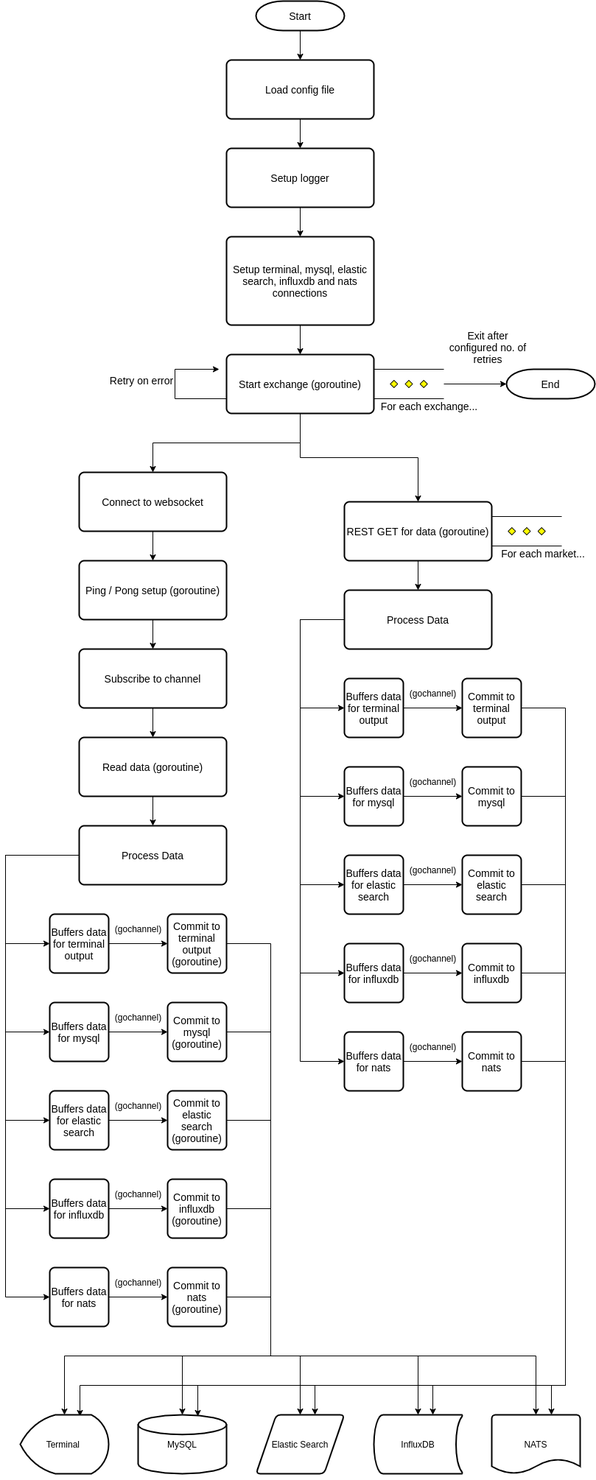
Before: docs/architecture.png, a diagram exported from draw.io (ismakov-dh/cryptogalaxy). Source tidied: cells renumbered, new cells last; positions are measured from the earlier drawing's top-left corner, leaving out a move shared by most shapes.
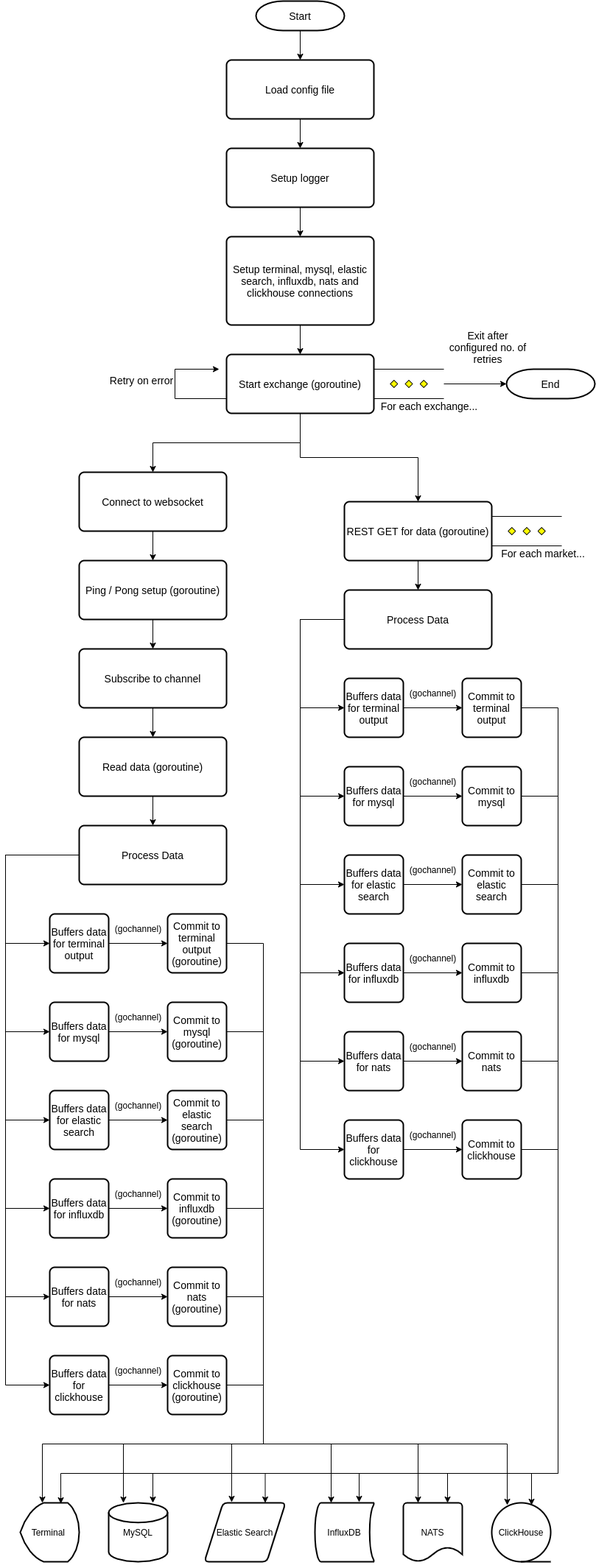
After the change.

Change to the diagram source:
```diff
@@ -29,7 +29,7 @@
     <mxCell id="9" style="edgeStyle=orthogonalEdgeStyle;rounded=0;jettySize=auto;html=1;" parent="1" edge="1" source="10" target="14">
       <mxGeometry relative="1" as="geometry" />
     </mxCell>
-    <mxCell id="10" value="&lt;font style=&quot;font-size: 14px&quot;&gt;Setup terminal, mysql, elastic search, influxdb and nats connections&lt;/font&gt;" style="rounded=1;whiteSpace=wrap;html=1;absoluteArcSize=1;arcSize=14;strokeWidth=2;" parent="1" vertex="1">
+    <mxCell id="10" value="&lt;font style=&quot;font-size: 14px&quot;&gt;Setup terminal, mysql, elastic search, influxdb, nats and clickhouse connections&lt;/font&gt;" style="rounded=1;whiteSpace=wrap;html=1;absoluteArcSize=1;arcSize=14;strokeWidth=2;" parent="1" vertex="1">
       <mxGeometry x="300" y="320" width="200" height="120" as="geometry" />
     </mxCell>
     <mxCell id="11" style="edgeStyle=orthogonalEdgeStyle;rounded=0;jettySize=auto;html=1;" parent="1" edge="1" source="14" target="16">
@@ -120,6 +120,14 @@
         </Array>
       </mxGeometry>
     </mxCell>
+    <mxCell id="101" style="edgeStyle=orthogonalEdgeStyle;rounded=0;jettySize=auto;html=1;entryX=0;entryY=0.5;entryDx=0;entryDy=0;" parent="1" edge="1" source="30" target="105">
+      <mxGeometry relative="1" as="geometry">
+        <Array as="points">
+          <mxPoint y="1160" />
+          <mxPoint y="1880" />
+        </Array>
+      </mxGeometry>
+    </mxCell>
     <mxCell id="30" value="&lt;font style=&quot;font-size: 14px&quot;&gt;Process Data&lt;/font&gt;" style="rounded=1;whiteSpace=wrap;html=1;absoluteArcSize=1;arcSize=14;strokeWidth=2;" parent="1" vertex="1">
       <mxGeometry x="100" y="1120" width="200" height="80" as="geometry" />
     </mxCell>
@@ -187,6 +195,14 @@
         </Array>
       </mxGeometry>
     </mxCell>
+    <mxCell id="102" style="edgeStyle=orthogonalEdgeStyle;rounded=0;jettySize=auto;html=1;entryX=0;entryY=0.5;entryDx=0;entryDy=0;" parent="1" edge="1" source="44" target="110">
+      <mxGeometry relative="1" as="geometry">
+        <Array as="points">
+          <mxPoint x="400" y="840" />
+          <mxPoint x="400" y="1560" />
+        </Array>
+      </mxGeometry>
+    </mxCell>
     <mxCell id="44" value="&lt;font style=&quot;font-size: 14px&quot;&gt;Process Data&lt;/font&gt;" style="rounded=1;whiteSpace=wrap;html=1;absoluteArcSize=1;arcSize=14;strokeWidth=2;" parent="1" vertex="1">
       <mxGeometry x="460" y="800" width="200" height="80" as="geometry" />
     </mxCell>
@@ -226,72 +242,72 @@
     <mxCell id="56" value="&lt;font style=&quot;font-size: 14px&quot;&gt;Buffers data for elastic search&lt;/font&gt;" style="rounded=1;whiteSpace=wrap;html=1;absoluteArcSize=1;arcSize=14;strokeWidth=2;" parent="1" vertex="1">
       <mxGeometry x="460" y="1160" width="80" height="80" as="geometry" />
     </mxCell>
-    <mxCell id="57" style="edgeStyle=orthogonalEdgeStyle;rounded=0;jettySize=auto;html=1;exitX=1;exitY=0.5;exitDx=0;exitDy=0;entryX=0.5;entryY=0;entryDx=0;entryDy=0;entryPerimeter=0;" parent="1" edge="1" source="58" target="69">
+    <mxCell id="57" style="edgeStyle=orthogonalEdgeStyle;rounded=0;jettySize=auto;html=1;exitX=1;exitY=0.5;exitDx=0;exitDy=0;entryX=0.375;entryY=0;entryDx=0;entryDy=0;entryPerimeter=0;" parent="1" edge="1" source="58" target="69">
       <mxGeometry relative="1" as="geometry">
         <Array as="points">
-          <mxPoint x="360" y="1280" />
-          <mxPoint x="360" y="1840" />
-          <mxPoint x="80" y="1840" />
+          <mxPoint x="350" y="1280" />
+          <mxPoint x="350" y="1960" />
+          <mxPoint x="50" y="1960" />
         </Array>
       </mxGeometry>
     </mxCell>
     <mxCell id="58" value="&lt;font style=&quot;font-size: 14px&quot;&gt;Commit to terminal output (goroutine)&lt;/font&gt;" style="rounded=1;whiteSpace=wrap;html=1;absoluteArcSize=1;arcSize=14;strokeWidth=2;" parent="1" vertex="1">
       <mxGeometry x="220" y="1240" width="80" height="80" as="geometry" />
     </mxCell>
-    <mxCell id="59" style="edgeStyle=orthogonalEdgeStyle;rounded=0;jettySize=auto;html=1;exitX=1;exitY=0.5;exitDx=0;exitDy=0;entryX=0.5;entryY=0;entryDx=0;entryDy=0;entryPerimeter=0;" parent="1" edge="1" source="60" target="70">
+    <mxCell id="59" style="edgeStyle=orthogonalEdgeStyle;rounded=0;jettySize=auto;html=1;entryX=0.25;entryY=0;entryDx=0;entryDy=0;entryPerimeter=0;" parent="1" edge="1" source="60" target="70">
       <mxGeometry relative="1" as="geometry">
         <Array as="points">
-          <mxPoint x="360" y="1400" />
-          <mxPoint x="360" y="1840" />
-          <mxPoint x="240" y="1840" />
+          <mxPoint x="350" y="1400" />
+          <mxPoint x="350" y="1960" />
+          <mxPoint x="160" y="1960" />
         </Array>
       </mxGeometry>
     </mxCell>
     <mxCell id="60" value="&lt;font style=&quot;font-size: 14px&quot;&gt;Commit to mysql (goroutine)&lt;/font&gt;" style="rounded=1;whiteSpace=wrap;html=1;absoluteArcSize=1;arcSize=14;strokeWidth=2;" parent="1" vertex="1">
       <mxGeometry x="220" y="1360" width="80" height="80" as="geometry" />
     </mxCell>
-    <mxCell id="61" style="edgeStyle=orthogonalEdgeStyle;rounded=0;jettySize=auto;html=1;entryX=0.5;entryY=0;entryDx=0;entryDy=0;" parent="1" edge="1" source="62" target="71">
+    <mxCell id="61" style="edgeStyle=orthogonalEdgeStyle;rounded=0;jettySize=auto;html=1;entryX=0.336;entryY=-0.012;entryDx=0;entryDy=0;entryPerimeter=0;" parent="1" edge="1" source="62" target="71">
       <mxGeometry relative="1" as="geometry">
         <Array as="points">
-          <mxPoint x="360" y="1520" />
-          <mxPoint x="360" y="1840" />
-          <mxPoint x="400" y="1840" />
+          <mxPoint x="350" y="1520" />
+          <mxPoint x="350" y="1960" />
+          <mxPoint x="307" y="1960" />
         </Array>
       </mxGeometry>
     </mxCell>
     <mxCell id="62" value="&lt;font style=&quot;font-size: 14px&quot;&gt;Commit to elastic search (goroutine)&lt;/font&gt;" style="rounded=1;whiteSpace=wrap;html=1;absoluteArcSize=1;arcSize=14;strokeWidth=2;" parent="1" vertex="1">
       <mxGeometry x="220" y="1480" width="80" height="80" as="geometry" />
     </mxCell>
-    <mxCell id="63" style="edgeStyle=orthogonalEdgeStyle;rounded=0;jettySize=auto;html=1;exitX=1;exitY=0.5;exitDx=0;exitDy=0;entryX=0.675;entryY=0.025;entryDx=0;entryDy=0;entryPerimeter=0;" parent="1" edge="1" source="64" target="69">
+    <mxCell id="63" style="edgeStyle=orthogonalEdgeStyle;rounded=0;jettySize=auto;html=1;entryX=0.688;entryY=0.013;entryDx=0;entryDy=0;entryPerimeter=0;" parent="1" edge="1" source="64" target="69">
       <mxGeometry relative="1" as="geometry">
         <Array as="points">
-          <mxPoint x="760" y="960" />
-          <mxPoint x="760" y="1880" />
-          <mxPoint x="101" y="1880" />
+          <mxPoint x="750" y="960" />
+          <mxPoint x="750" y="2000" />
+          <mxPoint x="75" y="2000" />
         </Array>
       </mxGeometry>
     </mxCell>
     <mxCell id="64" value="&lt;font style=&quot;font-size: 14px&quot;&gt;Commit to terminal output&lt;/font&gt;" style="rounded=1;whiteSpace=wrap;html=1;absoluteArcSize=1;arcSize=14;strokeWidth=2;" parent="1" vertex="1">
       <mxGeometry x="620" y="920" width="80" height="80" as="geometry" />
     </mxCell>
-    <mxCell id="65" style="edgeStyle=orthogonalEdgeStyle;rounded=0;jettySize=auto;html=1;exitX=1;exitY=0.5;exitDx=0;exitDy=0;entryX=0.675;entryY=0.025;entryDx=0;entryDy=0;entryPerimeter=0;" parent="1" edge="1" source="66" target="70">
+    <mxCell id="65" style="edgeStyle=orthogonalEdgeStyle;rounded=0;jettySize=auto;html=1;exitX=1;exitY=0.5;exitDx=0;exitDy=0;entryX=0.75;entryY=0;entryDx=0;entryDy=0;entryPerimeter=0;" parent="1" edge="1" source="66" target="70">
       <mxGeometry relative="1" as="geometry">
         <Array as="points">
-          <mxPoint x="760" y="1080" />
-          <mxPoint x="760" y="1880" />
-          <mxPoint x="261" y="1880" />
+          <mxPoint x="750" y="1080" />
+          <mxPoint x="750" y="2000" />
+          <mxPoint x="200" y="2000" />
         </Array>
       </mxGeometry>
     </mxCell>
     <mxCell id="66" value="&lt;font style=&quot;font-size: 14px&quot;&gt;Commit to mysql&lt;/font&gt;" style="rounded=1;whiteSpace=wrap;html=1;absoluteArcSize=1;arcSize=14;strokeWidth=2;" parent="1" vertex="1">
       <mxGeometry x="620" y="1040" width="80" height="80" as="geometry" />
     </mxCell>
-    <mxCell id="67" style="edgeStyle=orthogonalEdgeStyle;rounded=0;jettySize=auto;html=1;exitX=1;exitY=0.5;exitDx=0;exitDy=0;entryX=0.667;entryY=0;entryDx=0;entryDy=0;entryPerimeter=0;" parent="1" edge="1" source="68" target="71">
+    <mxCell id="67" style="edgeStyle=orthogonalEdgeStyle;rounded=0;jettySize=auto;html=1;exitX=1;exitY=0.5;exitDx=0;exitDy=0;entryX=0.75;entryY=0;entryDx=0;entryDy=0;" parent="1" edge="1" source="68" target="71">
       <mxGeometry relative="1" as="geometry">
         <Array as="points">
-          <mxPoint x="760" y="1200" />
-          <mxPoint x="760" y="1880" />
-          <mxPoint x="420" y="1880" />
+          <mxPoint x="750" y="1200" />
+          <mxPoint x="750" y="2000" />
+          <mxPoint x="353" y="2000" />
         </Array>
       </mxGeometry>
     </mxCell>
@@ -299,19 +315,19 @@
       <mxGeometry x="620" y="1160" width="80" height="80" as="geometry" />
     </mxCell>
     <mxCell id="69" value="Terminal&amp;nbsp;" style="strokeWidth=2;html=1;shape=mxgraph.flowchart.display;whiteSpace=wrap;" parent="1" vertex="1">
-      <mxGeometry x="20" y="1920" width="120" height="80" as="geometry" />
+      <mxGeometry x="20" y="2040" width="80" height="80" as="geometry" />
     </mxCell>
     <mxCell id="70" value="MySQL" style="strokeWidth=2;html=1;shape=mxgraph.flowchart.database;whiteSpace=wrap;" parent="1" vertex="1">
-      <mxGeometry x="180" y="1920" width="120" height="80" as="geometry" />
+      <mxGeometry x="140" y="2040" width="80" height="80" as="geometry" />
     </mxCell>
     <mxCell id="71" value="Elastic Search" style="shape=parallelogram;html=1;strokeWidth=2;perimeter=parallelogramPerimeter;whiteSpace=wrap;rounded=1;arcSize=12;size=0.23;" parent="1" vertex="1">
-      <mxGeometry x="340" y="1920" width="120" height="80" as="geometry" />
+      <mxGeometry x="270" y="2040" width="110" height="80" as="geometry" />
     </mxCell>
     <mxCell id="72" style="edgeStyle=orthogonalEdgeStyle;rounded=0;orthogonalLoop=1;jettySize=auto;html=1;exitX=0.5;exitY=1;exitDx=0;exitDy=0;exitPerimeter=0;" parent="1" edge="1" source="70" target="70">
       <mxGeometry relative="1" as="geometry" />
     </mxCell>
     <mxCell id="73" value="InfluxDB" style="strokeWidth=2;html=1;shape=mxgraph.flowchart.stored_data;whiteSpace=wrap;" parent="1" vertex="1">
-      <mxGeometry x="500" y="1920" width="120" height="80" as="geometry" />
+      <mxGeometry x="420" y="2040" width="80" height="80" as="geometry" />
     </mxCell>
     <mxCell id="74" style="edgeStyle=orthogonalEdgeStyle;rounded=0;jettySize=auto;html=1;" parent="1" edge="1" source="75" target="77">
       <mxGeometry relative="1" as="geometry" />
@@ -319,12 +335,12 @@
     <mxCell id="75" value="&lt;font style=&quot;font-size: 14px&quot;&gt;Buffers data for influxdb&lt;/font&gt;" style="rounded=1;whiteSpace=wrap;html=1;absoluteArcSize=1;arcSize=14;strokeWidth=2;" parent="1" vertex="1">
       <mxGeometry x="60" y="1600" width="80" height="80" as="geometry" />
     </mxCell>
-    <mxCell id="76" style="edgeStyle=orthogonalEdgeStyle;rounded=0;jettySize=auto;html=1;exitX=1;exitY=0.5;exitDx=0;exitDy=0;entryX=0.5;entryY=0;entryDx=0;entryDy=0;entryPerimeter=0;" parent="1" edge="1" source="77" target="73">
+    <mxCell id="76" style="edgeStyle=orthogonalEdgeStyle;rounded=0;jettySize=auto;html=1;entryX=0.275;entryY=0;entryDx=0;entryDy=0;entryPerimeter=0;" parent="1" edge="1" source="77" target="73">
       <mxGeometry relative="1" as="geometry">
         <Array as="points">
-          <mxPoint x="360" y="1640" />
-          <mxPoint x="360" y="1840" />
-          <mxPoint x="560" y="1840" />
+          <mxPoint x="350" y="1640" />
+          <mxPoint x="350" y="1960" />
+          <mxPoint x="442" y="1960" />
         </Array>
       </mxGeometry>
     </mxCell>
@@ -337,12 +353,12 @@
     <mxCell id="79" value="&lt;font style=&quot;font-size: 14px&quot;&gt;Buffers data for influxdb&lt;/font&gt;" style="rounded=1;whiteSpace=wrap;html=1;absoluteArcSize=1;arcSize=14;strokeWidth=2;" parent="1" vertex="1">
       <mxGeometry x="460" y="1280" width="80" height="80" as="geometry" />
     </mxCell>
-    <mxCell id="80" style="edgeStyle=orthogonalEdgeStyle;rounded=0;jettySize=auto;html=1;entryX=0.667;entryY=0;entryDx=0;entryDy=0;entryPerimeter=0;" parent="1" edge="1" source="81" target="73">
+    <mxCell id="80" style="edgeStyle=orthogonalEdgeStyle;rounded=0;jettySize=auto;html=1;entryX=0.75;entryY=-0.012;entryDx=0;entryDy=0;entryPerimeter=0;" parent="1" edge="1" source="81" target="73">
       <mxGeometry relative="1" as="geometry">
         <Array as="points">
-          <mxPoint x="760" y="1320" />
-          <mxPoint x="760" y="1880" />
-          <mxPoint x="580" y="1880" />
+          <mxPoint x="750" y="1320" />
+          <mxPoint x="750" y="2000" />
+          <mxPoint x="480" y="2000" />
         </Array>
       </mxGeometry>
     </mxCell>
@@ -355,12 +371,12 @@
     <mxCell id="83" value="&lt;font style=&quot;font-size: 14px&quot;&gt;Buffers data for nats&lt;/font&gt;" style="rounded=1;whiteSpace=wrap;html=1;absoluteArcSize=1;arcSize=14;strokeWidth=2;" parent="1" vertex="1">
       <mxGeometry x="60" y="1720" width="80" height="80" as="geometry" />
     </mxCell>
-    <mxCell id="84" style="edgeStyle=orthogonalEdgeStyle;rounded=0;jettySize=auto;html=1;exitX=1;exitY=0.5;exitDx=0;exitDy=0;entryX=0.5;entryY=0;entryDx=0;entryDy=0;entryPerimeter=0;" parent="1" edge="1" source="85" target="90">
+    <mxCell id="84" style="edgeStyle=orthogonalEdgeStyle;rounded=0;jettySize=auto;html=1;exitX=1;exitY=0.5;exitDx=0;exitDy=0;entryX=0.25;entryY=0;entryDx=0;entryDy=0;entryPerimeter=0;" parent="1" edge="1" source="85" target="90">
       <mxGeometry relative="1" as="geometry">
         <Array as="points">
-          <mxPoint x="360" y="1760" />
-          <mxPoint x="360" y="1840" />
-          <mxPoint x="720" y="1840" />
+          <mxPoint x="350" y="1760" />
+          <mxPoint x="350" y="1960" />
+          <mxPoint x="560" y="1960" />
         </Array>
       </mxGeometry>
     </mxCell>
@@ -373,12 +389,12 @@
     <mxCell id="87" value="&lt;font style=&quot;font-size: 14px&quot;&gt;Buffers data for nats&lt;/font&gt;" style="rounded=1;whiteSpace=wrap;html=1;absoluteArcSize=1;arcSize=14;strokeWidth=2;" parent="1" vertex="1">
       <mxGeometry x="460" y="1400" width="80" height="80" as="geometry" />
     </mxCell>
-    <mxCell id="88" style="edgeStyle=orthogonalEdgeStyle;rounded=0;jettySize=auto;html=1;entryX=0.675;entryY=0;entryDx=0;entryDy=0;entryPerimeter=0;" parent="1" edge="1" source="89" target="90">
+    <mxCell id="88" style="edgeStyle=orthogonalEdgeStyle;rounded=0;jettySize=auto;html=1;entryX=0.75;entryY=0;entryDx=0;entryDy=0;entryPerimeter=0;" parent="1" edge="1" source="89" target="90">
       <mxGeometry relative="1" as="geometry">
         <Array as="points">
-          <mxPoint x="760" y="1440" />
-          <mxPoint x="760" y="1880" />
-          <mxPoint x="741" y="1880" />
+          <mxPoint x="750" y="1440" />
+          <mxPoint x="750" y="2000" />
+          <mxPoint x="600" y="2000" />
         </Array>
       </mxGeometry>
     </mxCell>
@@ -386,7 +402,7 @@
       <mxGeometry x="620" y="1400" width="80" height="80" as="geometry" />
     </mxCell>
     <mxCell id="90" value="NATS" style="strokeWidth=2;html=1;shape=mxgraph.flowchart.document2;whiteSpace=wrap;size=0.25;" parent="1" vertex="1">
-      <mxGeometry x="660" y="1920" width="120" height="80" as="geometry" />
+      <mxGeometry x="540" y="2040" width="80" height="80" as="geometry" />
     </mxCell>
     <mxCell id="91" value="&lt;font style=&quot;font-size: 12px&quot;&gt;(gochannel)&lt;/font&gt;" style="text;html=1;align=center;verticalAlign=middle;strokeColor=none;" parent="1" vertex="1">
       <mxGeometry x="140" y="1250" width="80" height="20" as="geometry" />
@@ -418,5 +434,50 @@
     <mxCell id="100" value="(gochannel)" style="text;html=1;align=center;verticalAlign=middle;strokeColor=none;" parent="1" vertex="1">
       <mxGeometry x="540" y="1410" width="80" height="20" as="geometry" />
     </mxCell>
+    <mxCell id="103" value="ClickHouse" style="strokeWidth=2;html=1;shape=mxgraph.flowchart.sequential_data;whiteSpace=wrap;" parent="1" vertex="1">
+      <mxGeometry x="660" y="2040" width="80" height="80" as="geometry" />
+    </mxCell>
+    <mxCell id="104" style="edgeStyle=orthogonalEdgeStyle;rounded=0;jettySize=auto;html=1;" parent="1" edge="1" source="105" target="107">
+      <mxGeometry relative="1" as="geometry" />
+    </mxCell>
+    <mxCell id="105" value="&lt;font style=&quot;font-size: 14px&quot;&gt;Buffers data for clickhouse&lt;/font&gt;" style="rounded=1;whiteSpace=wrap;html=1;absoluteArcSize=1;arcSize=14;strokeWidth=2;" parent="1" vertex="1">
+      <mxGeometry x="60" y="1840" width="80" height="80" as="geometry" />
+    </mxCell>
+    <mxCell id="106" style="edgeStyle=orthogonalEdgeStyle;rounded=0;jettySize=auto;html=1;entryX=0.263;entryY=0.038;entryDx=0;entryDy=0;entryPerimeter=0;" parent="1" edge="1" source="107" target="103">
+      <mxGeometry relative="1" as="geometry">
+        <Array as="points">
+          <mxPoint x="350" y="1880" />
+          <mxPoint x="350" y="1960" />
+          <mxPoint x="681" y="1960" />
+        </Array>
+      </mxGeometry>
+    </mxCell>
+    <mxCell id="107" value="&lt;font style=&quot;font-size: 14px&quot;&gt;Commit to clickhouse (goroutine)&lt;/font&gt;" style="rounded=1;whiteSpace=wrap;html=1;absoluteArcSize=1;arcSize=14;strokeWidth=2;" parent="1" vertex="1">
+      <mxGeometry x="220" y="1840" width="80" height="80" as="geometry" />
+    </mxCell>
+    <mxCell id="108" value="(gochannel)" style="text;html=1;align=center;verticalAlign=middle;strokeColor=none;" parent="1" vertex="1">
+      <mxGeometry x="140" y="1850" width="80" height="20" as="geometry" />
+    </mxCell>
+    <mxCell id="109" style="edgeStyle=orthogonalEdgeStyle;rounded=0;jettySize=auto;html=1;" parent="1" edge="1" source="110" target="112">
+      <mxGeometry relative="1" as="geometry" />
+    </mxCell>
+    <mxCell id="110" value="&lt;font style=&quot;font-size: 14px&quot;&gt;Buffers data for clickhouse&lt;/font&gt;" style="rounded=1;whiteSpace=wrap;html=1;absoluteArcSize=1;arcSize=14;strokeWidth=2;" parent="1" vertex="1">
+      <mxGeometry x="460" y="1520" width="80" height="80" as="geometry" />
+    </mxCell>
+    <mxCell id="111" style="edgeStyle=orthogonalEdgeStyle;rounded=0;jettySize=auto;html=1;entryX=0.675;entryY=0.038;entryDx=0;entryDy=0;entryPerimeter=0;" parent="1" edge="1" source="112" target="103">
+      <mxGeometry relative="1" as="geometry">
+        <Array as="points">
+          <mxPoint x="750" y="1560" />
+          <mxPoint x="750" y="2000" />
+          <mxPoint x="714" y="2000" />
+        </Array>
+      </mxGeometry>
+    </mxCell>
+    <mxCell id="112" value="&lt;font style=&quot;font-size: 14px&quot;&gt;Commit to clickhouse&lt;/font&gt;" style="rounded=1;whiteSpace=wrap;html=1;absoluteArcSize=1;arcSize=14;strokeWidth=2;" parent="1" vertex="1">
+      <mxGeometry x="620" y="1520" width="80" height="80" as="geometry" />
+    </mxCell>
+    <mxCell id="113" value="(gochannel)" style="text;html=1;align=center;verticalAlign=middle;strokeColor=none;" parent="1" vertex="1">
+      <mxGeometry x="540" y="1530" width="80" height="20" as="geometry" />
+    </mxCell>
   </root>
 </mxGraphModel>
```
